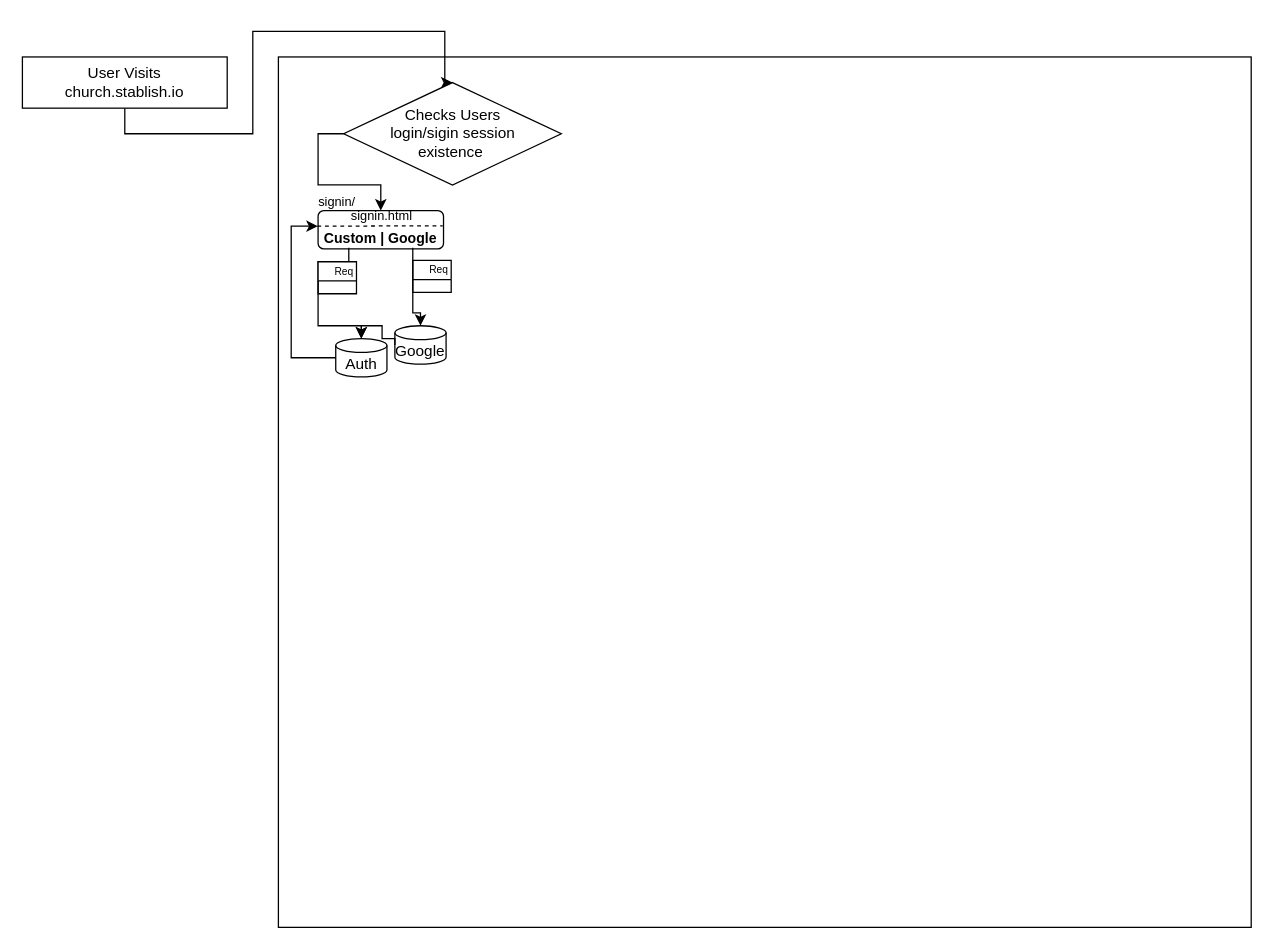
Above: Diagram/Church Onboarding Flow.drawio in jb-sio/flowchart (draw.io), before the change. Source tidied: cells renumbered, new cells numbered last; positions are measured from the earlier drawing's top-left corner, leaving out a move shared by most shapes. Both pictures are drawn from the tidied source at 128%, with x=0, y=0 at pixel (22, 31).
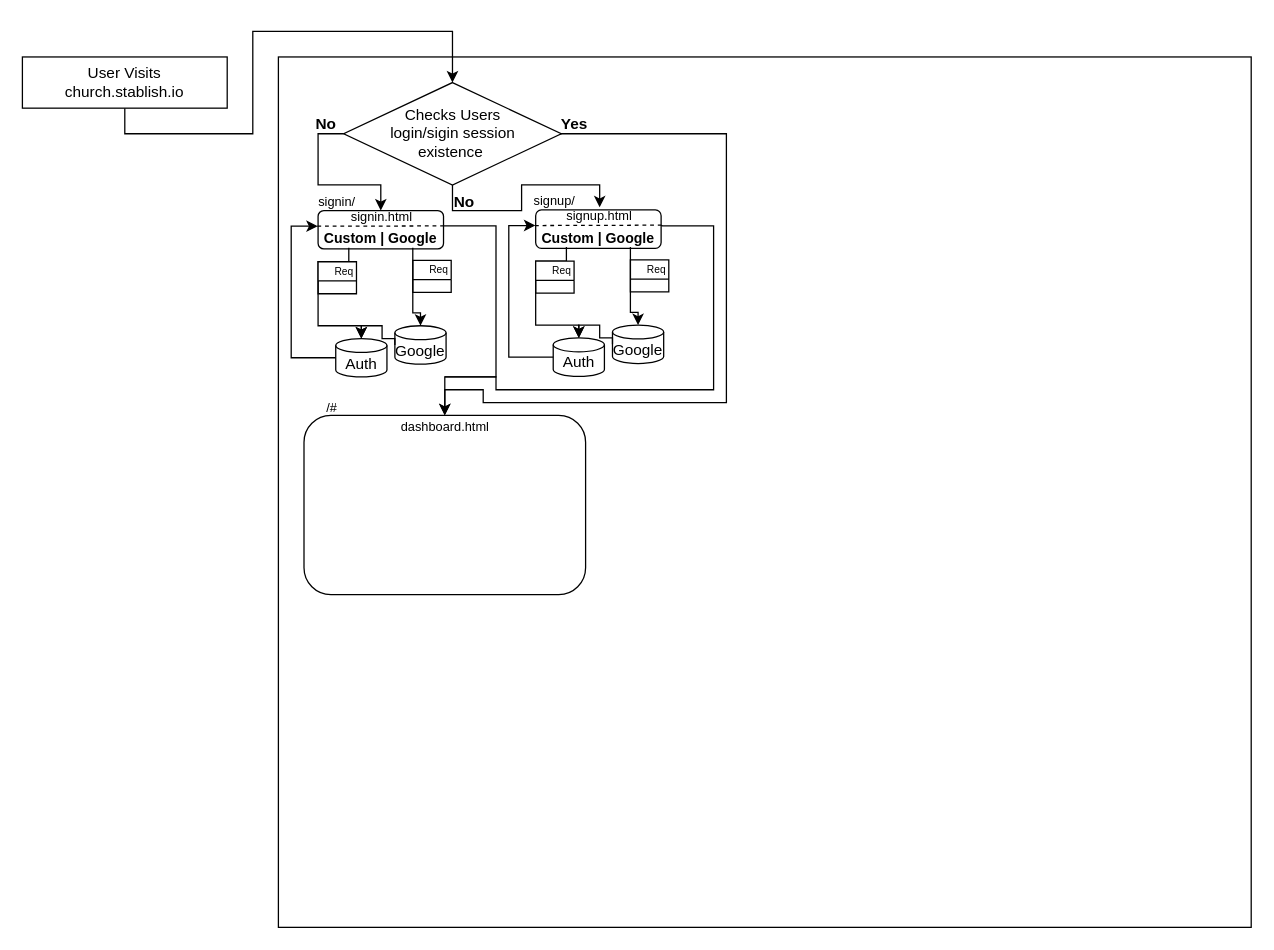
The same diagram, later.

Unchanged cells that the change refers to:
```xml
<mxCell id="4" style="rounded=0;whiteSpace=wrap;html=1;" parent="1" vertex="1">
  <mxGeometry y="20" width="160" height="40" as="geometry" />
</mxCell>
<mxCell id="8" style="rhombus;whiteSpace=wrap;html=1;" parent="1" vertex="1">
  <mxGeometry x="251" y="40" width="170" height="80" as="geometry" />
</mxCell>
<mxCell id="10" style="rounded=1;whiteSpace=wrap;html=1;" parent="1" vertex="1">
  <mxGeometry x="231" y="140" width="98" height="30" as="geometry" />
</mxCell>
```

The edit, as a diff of the source:
```diff
@@
     <mxCell id="3" style="edgeStyle=orthogonalEdgeStyle;rounded=0;jettySize=auto;html=1;exitX=0.5;exitY=1;exitDx=0;exitDy=0;entryX=0.5;entryY=0;entryDx=0;entryDy=0;" parent="1" edge="1" source="4" target="8">
       <mxGeometry relative="1" as="geometry">
         <Array as="points">
           <mxPoint x="80" y="80" />
           <mxPoint x="180" y="80" />
           <mxPoint x="180" />
-          <mxPoint x="330" />
-          <mxPoint x="330" y="40" />
+          <mxPoint x="336" />
         </Array>
       </mxGeometry>
     </mxCell>
@@
+    <mxCell id="22" style="edgeStyle=orthogonalEdgeStyle;rounded=0;jettySize=auto;html=1;exitX=0.5;exitY=1;exitDx=0;exitDy=0;entryX=0.5;entryY=0;entryDx=0;entryDy=0;" parent="1" edge="1" source="8" target="25">
+      <mxGeometry relative="1" as="geometry">
+        <Array as="points">
+          <mxPoint x="336" y="140" />
+          <mxPoint x="390" y="140" />
+          <mxPoint x="390" y="120" />
+          <mxPoint x="451" y="120" />
+        </Array>
+      </mxGeometry>
+    </mxCell>
@@
     <mxCell id="11" value="&lt;font style=&quot;font-size: 10px;&quot;&gt;signin.html&lt;/font&gt;" style="text;html=1;align=center;verticalAlign=middle;whiteSpace=wrap;rounded=0;" parent="1" vertex="1">
-      <mxGeometry x="251" y="137" width="60" height="13" as="geometry" />
+      <mxGeometry x="251" y="138" width="60" height="13" as="geometry" />
     </mxCell>
@@
-    <mxCell id="21" style="endArrow=none;dashed=1;html=1;rounded=0;exitX=-0.006;exitY=0.407;exitDx=0;exitDy=0;exitPerimeter=0;entryX=0.994;entryY=0.396;entryDx=0;entryDy=0;entryPerimeter=0;" parent="1" edge="1" source="10" target="10">
-      <mxGeometry relative="1" as="geometry" />
+    <mxCell id="21" style="endArrow=none;dashed=1;html=1;rounded=0;exitX=-0.006;exitY=0.407;exitDx=0;exitDy=0;exitPerimeter=0;" parent="1" edge="1" source="10">
+      <mxGeometry relative="1" as="geometry">
+        <mxPoint x="330" y="152" as="targetPoint" />
+      </mxGeometry>
     </mxCell>
+    <mxCell id="23" value="&lt;font style=&quot;font-size: 10px;&quot;&gt;signup/&lt;/font&gt;" style="text;html=1;align=center;verticalAlign=middle;whiteSpace=wrap;rounded=0;" parent="1" vertex="1">
+      <mxGeometry x="401" y="129.5" width="30" height="5" as="geometry" />
+    </mxCell>
+    <mxCell id="24" style="rounded=1;whiteSpace=wrap;html=1;" parent="1" vertex="1">
+      <mxGeometry x="401" y="139.5" width="98" height="30" as="geometry" />
+    </mxCell>
+    <mxCell id="25" value="&lt;font style=&quot;font-size: 10px;&quot;&gt;signup.html&lt;/font&gt;" style="text;html=1;align=center;verticalAlign=middle;whiteSpace=wrap;rounded=0;" parent="1" vertex="1">
+      <mxGeometry x="421" y="137.5" width="60" height="13" as="geometry" />
+    </mxCell>
+    <mxCell id="26" value="&lt;font style=&quot;font-size: 11px;&quot;&gt;&lt;b&gt;Custom | Google&lt;/b&gt;&lt;/font&gt;" style="text;html=1;align=center;verticalAlign=middle;whiteSpace=wrap;rounded=0;" parent="1" vertex="1">
+      <mxGeometry x="400" y="154.5" width="100" height="14" as="geometry" />
+    </mxCell>
+    <mxCell id="27" value="Auth" style="shape=cylinder3;whiteSpace=wrap;html=1;boundedLbl=1;backgroundOutline=1;size=5.416666666666714;" parent="1" vertex="1">
+      <mxGeometry x="414.7" y="239.5" width="40" height="30" as="geometry" />
+    </mxCell>
+    <mxCell id="28" value="Google" style="shape=cylinder3;whiteSpace=wrap;html=1;boundedLbl=1;backgroundOutline=1;size=5.416666666666714;" parent="1" vertex="1">
+      <mxGeometry x="461" y="229.5" width="40" height="30" as="geometry" />
+    </mxCell>
+    <mxCell id="29" style="edgeStyle=orthogonalEdgeStyle;rounded=0;jettySize=auto;html=1;exitX=0.25;exitY=1;exitDx=0;exitDy=0;entryX=0.5;entryY=0;entryDx=0;entryDy=0;entryPerimeter=0;" parent="1" edge="1" source="26" target="27">
+      <mxGeometry relative="1" as="geometry">
+        <Array as="points">
+          <mxPoint x="425" y="179.5" />
+          <mxPoint x="401" y="179.5" />
+          <mxPoint x="401" y="229.5" />
+          <mxPoint x="435" y="229.5" />
+        </Array>
+      </mxGeometry>
+    </mxCell>
+    <mxCell id="30" value="Req" style="swimlane;startSize=15;fontStyle=0;fontSize=8;align=right;" parent="1" vertex="1" collapsed="1">
+      <mxGeometry x="401" y="179.5" width="30" height="25" as="geometry" />
+    </mxCell>
+    <mxCell id="31" value="Req" style="swimlane;startSize=15;fontStyle=0;fontSize=8;align=right;" parent="1" vertex="1" collapsed="1">
+      <mxGeometry x="475" y="178.5" width="30" height="25" as="geometry" />
+    </mxCell>
+    <mxCell id="32" style="edgeStyle=orthogonalEdgeStyle;rounded=0;jettySize=auto;html=1;exitX=0;exitY=0.5;exitDx=0;exitDy=0;exitPerimeter=0;entryX=0.5;entryY=0;entryDx=0;entryDy=0;entryPerimeter=0;" parent="1" edge="1" source="28" target="27">
+      <mxGeometry relative="1" as="geometry">
+        <Array as="points">
+          <mxPoint x="461" y="239.5" />
+          <mxPoint x="451" y="239.5" />
+          <mxPoint x="451" y="229.5" />
+          <mxPoint x="435" y="229.5" />
+        </Array>
+      </mxGeometry>
+    </mxCell>
+    <mxCell id="33" style="edgeStyle=orthogonalEdgeStyle;rounded=0;jettySize=auto;html=1;exitX=0.75;exitY=1;exitDx=0;exitDy=0;entryX=0.5;entryY=0;entryDx=0;entryDy=0;entryPerimeter=0;" parent="1" edge="1" source="26" target="28">
+      <mxGeometry relative="1" as="geometry">
+        <Array as="points">
+          <mxPoint x="475" y="219.5" />
+          <mxPoint x="481" y="219.5" />
+        </Array>
+      </mxGeometry>
+    </mxCell>
+    <mxCell id="34" style="edgeStyle=orthogonalEdgeStyle;rounded=0;jettySize=auto;html=1;exitX=0;exitY=0.5;exitDx=0;exitDy=0;exitPerimeter=0;entryX=0.008;entryY=-0.2;entryDx=0;entryDy=0;entryPerimeter=0;" parent="1" edge="1" source="27" target="26">
+      <mxGeometry relative="1" as="geometry">
+        <Array as="points">
+          <mxPoint x="380" y="254.5" />
+          <mxPoint x="380" y="151.5" />
+        </Array>
+      </mxGeometry>
+    </mxCell>
+    <mxCell id="35" style="endArrow=none;dashed=1;html=1;rounded=0;exitX=-0.006;exitY=0.407;exitDx=0;exitDy=0;exitPerimeter=0;entryX=1;entryY=0.397;entryDx=0;entryDy=0;entryPerimeter=0;" parent="1" edge="1" source="24" target="24">
+      <mxGeometry relative="1" as="geometry" />
+    </mxCell>
+    <mxCell id="36" style="rounded=1;whiteSpace=wrap;html=1;" parent="1" vertex="1">
+      <mxGeometry x="220" y="300" width="220" height="140" as="geometry" />
+    </mxCell>
+    <mxCell id="37" value="&lt;span style=&quot;font-size: 10px;&quot;&gt;/#&lt;/span&gt;" style="text;html=1;align=center;verticalAlign=middle;whiteSpace=wrap;rounded=0;" parent="1" vertex="1">
+      <mxGeometry x="238" y="291" width="8" height="5" as="geometry" />
+    </mxCell>
+    <mxCell id="38" value="&lt;span style=&quot;font-size: 10px;&quot;&gt;dashboard.html&lt;/span&gt;" style="text;html=1;align=center;verticalAlign=middle;whiteSpace=wrap;rounded=0;" parent="1" vertex="1">
+      <mxGeometry x="292.5" y="306" width="75" height="5" as="geometry" />
+    </mxCell>
+    <mxCell id="39" style="endArrow=classic;html=1;rounded=0;exitX=0.997;exitY=0.396;exitDx=0;exitDy=0;exitPerimeter=0;" parent="1" edge="1" source="10">
+      <mxGeometry relative="1" as="geometry">
+        <mxPoint x="330" y="300" as="targetPoint" />
+        <Array as="points">
+          <mxPoint x="370" y="152" />
+          <mxPoint x="370" y="270" />
+          <mxPoint x="330" y="270" />
+        </Array>
+      </mxGeometry>
+    </mxCell>
+    <mxCell id="40" style="endArrow=none;html=1;rounded=0;entryX=1;entryY=0.401;entryDx=0;entryDy=0;entryPerimeter=0;" parent="1" edge="1" target="24">
+      <mxGeometry relative="1" as="geometry">
+        <mxPoint x="330" y="270" as="sourcePoint" />
+        <Array as="points">
+          <mxPoint x="370" y="270" />
+          <mxPoint x="370" y="280" />
+          <mxPoint x="540" y="280" />
+          <mxPoint x="540" y="152" />
+          <mxPoint x="500" y="152" />
+        </Array>
+      </mxGeometry>
+    </mxCell>
+    <mxCell id="41" style="endArrow=classic;html=1;rounded=0;entryX=0.5;entryY=0;entryDx=0;entryDy=0;" parent="1" edge="1" target="36">
+      <mxGeometry relative="1" as="geometry">
+        <mxPoint x="420" y="80" as="sourcePoint" />
+        <Array as="points">
+          <mxPoint x="550" y="80" />
+          <mxPoint x="550" y="290" />
+          <mxPoint x="360" y="290" />
+          <mxPoint x="360" y="280" />
+          <mxPoint x="330" y="280" />
+        </Array>
+      </mxGeometry>
+    </mxCell>
+    <mxCell id="42" value="&lt;b&gt;Yes&lt;/b&gt;" style="text;html=1;align=center;verticalAlign=middle;whiteSpace=wrap;rounded=0;" parent="1" vertex="1">
+      <mxGeometry x="418.7" y="65" width="25.3" height="15" as="geometry" />
+    </mxCell>
+    <mxCell id="43" value="&lt;b&gt;No&lt;/b&gt;" style="text;html=1;align=center;verticalAlign=middle;whiteSpace=wrap;rounded=0;" parent="1" vertex="1">
+      <mxGeometry x="225" y="65" width="25.3" height="15" as="geometry" />
+    </mxCell>
+    <mxCell id="44" value="&lt;b&gt;No&lt;/b&gt;" style="text;html=1;align=center;verticalAlign=middle;whiteSpace=wrap;rounded=0;" parent="1" vertex="1">
+      <mxGeometry x="333" y="126" width="25.3" height="15" as="geometry" />
+    </mxCell>
```
